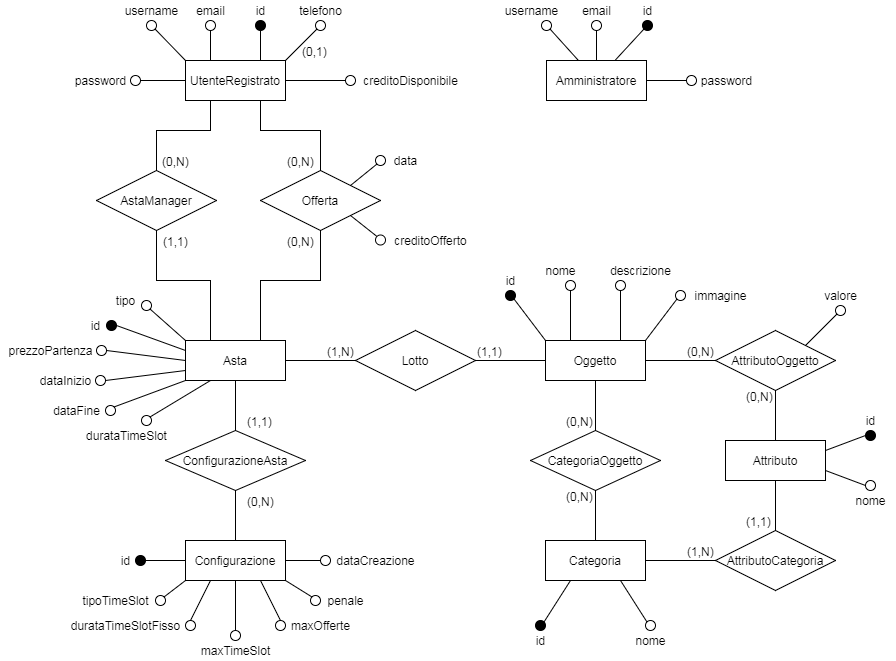
Before: Documentazione/Progettazione/Database/Restructured ER Diagram/Restructured ER Diagram.png, a diagram exported from draw.io (UnimibSoftEngCourse1920/progetto-aste-2-gruppo-aste-2). Source tidied: cells renumbered, new cells last; positions are measured from the earlier drawing's top-left corner, leaving out a move shared by most shapes.
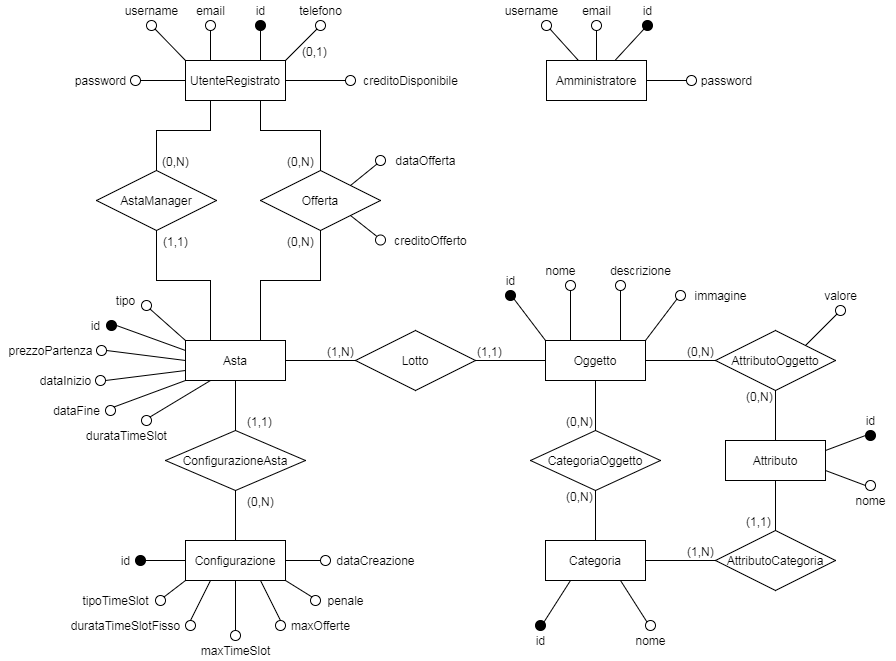
After the commit.

The edit, as a diff of the source:
```diff
@@ -203,8 +203,8 @@
     <mxCell id="56" style="endArrow=none;html=1;rounded=0;labelBackgroundColor=#000000;fillColor=#000000;exitX=1;exitY=0;exitDx=0;exitDy=0;entryX=0;entryY=1;entryDx=0;entryDy=0;" parent="1" edge="1" source="47" target="3">
       <mxGeometry relative="1" as="geometry" />
     </mxCell>
-    <mxCell id="57" value="data" style="text;html=1;align=center;verticalAlign=middle;" parent="1" vertex="1">
-      <mxGeometry x="385" y="150" width="40" height="20" as="geometry" />
+    <mxCell id="57" value="dataOfferta" style="text;html=1;align=center;verticalAlign=middle;" parent="1" vertex="1">
+      <mxGeometry x="385" y="150" width="80" height="20" as="geometry" />
     </mxCell>
     <mxCell id="58" style="ellipse;whiteSpace=wrap;html=1;align=center;fillColor=#FFFFFF;" parent="1" vertex="1">
       <mxGeometry x="375" y="155" width="10" height="10" as="geometry" />
```
